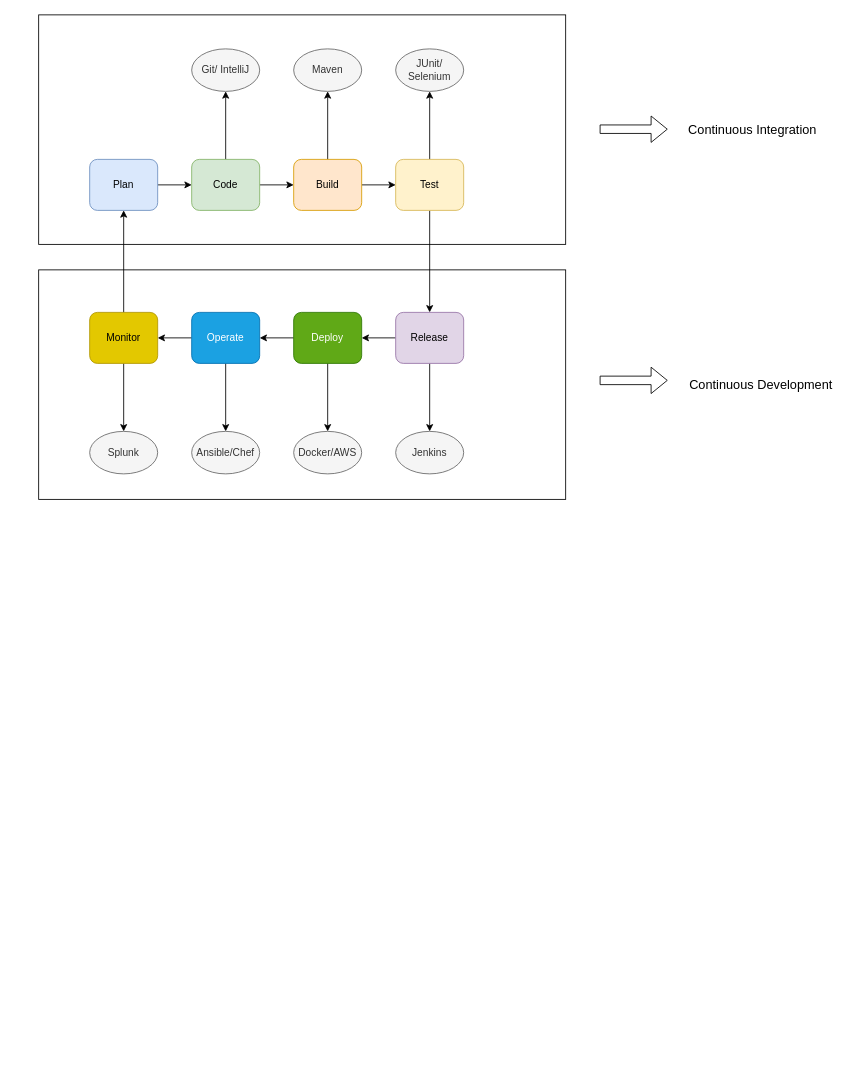
Above: Untitled Diagram.drawio in ShubhamSaini1585/Draw.io-images (draw.io), before the change. Source tidied: cells renumbered, new cells numbered last; positions are measured from the earlier drawing's top-left corner, leaving out a move shared by most shapes. Both pictures are drawn from the tidied source at 85%, with x=0, y=0 at pixel (38, 14).
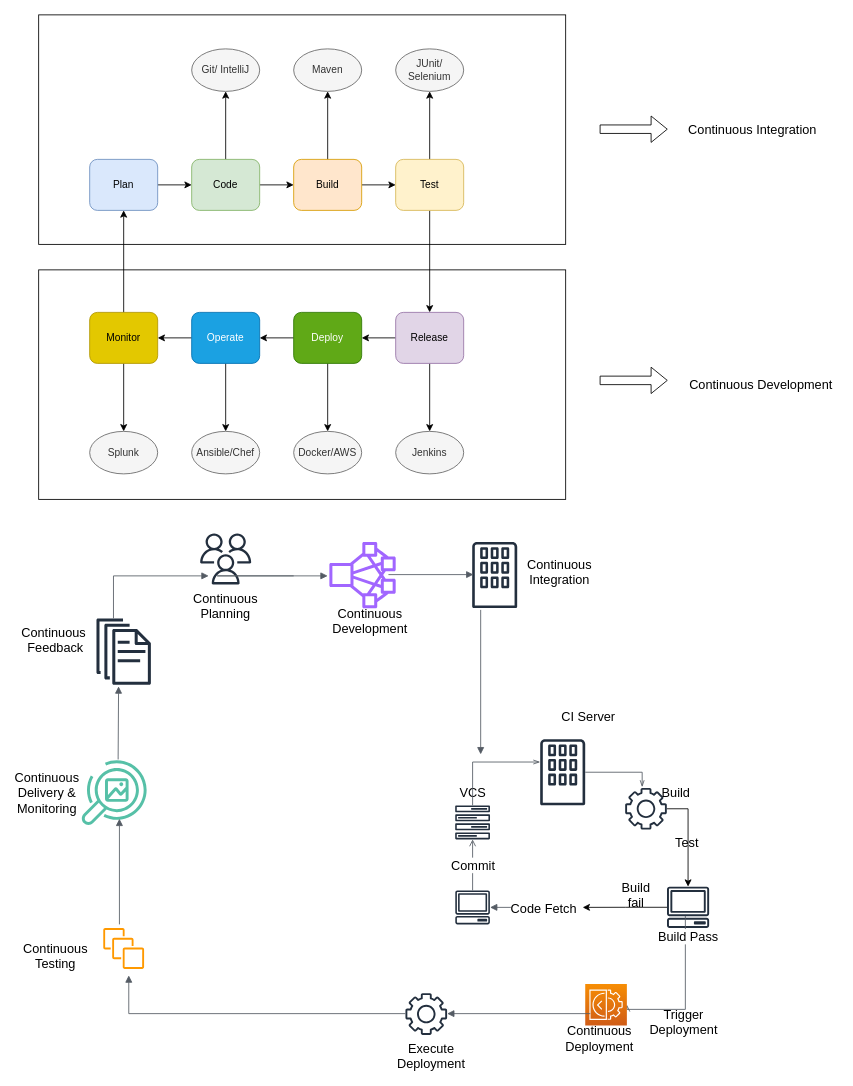
The same page after the edit.

What changed in the source:
```diff
@@
+    <mxCell id="39" style="sketch=0;outlineConnect=0;fontColor=#232F3E;gradientColor=none;fillColor=#232F3E;strokeColor=none;dashed=0;verticalLabelPosition=bottom;verticalAlign=top;align=center;html=1;fontSize=12;fontStyle=0;shape=mxgraph.aws4.client;" parent="1" vertex="1">
+      <mxGeometry x="490" y="1030" width="41" height="40" as="geometry" />
+    </mxCell>
+    <mxCell id="40" style="edgeStyle=orthogonalEdgeStyle;html=1;endArrow=none;elbow=vertical;startArrow=block;startFill=1;strokeColor=#545B64;rounded=0;fontSize=15;fontColor=#000000;" parent="1" edge="1">
+      <mxGeometry relative="1" as="geometry">
+        <mxPoint x="531" y="1049.5" as="sourcePoint" />
+        <mxPoint x="631" y="1050" as="targetPoint" />
+        <Array as="points">
+          <mxPoint x="631" y="1049.5" />
+          <mxPoint x="631" y="1049.5" />
+        </Array>
+      </mxGeometry>
+    </mxCell>
+    <mxCell id="41" value="Code Fetch" style="edgeLabel;html=1;align=center;verticalAlign=middle;fontSize=15;fontColor=#000000;" parent="40" vertex="1">
+      <mxGeometry x="0.24" relative="1" as="geometry" />
+    </mxCell>
+    <mxCell id="42" style="sketch=0;outlineConnect=0;fontColor=#232F3E;gradientColor=none;fillColor=#232F3E;strokeColor=none;dashed=0;verticalLabelPosition=bottom;verticalAlign=top;align=center;html=1;fontSize=12;fontStyle=0;shape=mxgraph.aws4.forums;" parent="1" vertex="1">
+      <mxGeometry x="490" y="930" width="41" height="40" as="geometry" />
+    </mxCell>
+    <mxCell id="43" value="Commit&lt;br&gt;" style="edgeStyle=orthogonalEdgeStyle;html=1;endArrow=none;elbow=vertical;startArrow=open;startFill=0;strokeColor=#545B64;rounded=0;fontSize=15;fontColor=#000000;" parent="1" edge="1" source="42" target="39">
+      <mxGeometry relative="1" as="geometry">
+        <Array as="points">
+          <mxPoint x="511" y="1010" />
+          <mxPoint x="511" y="1010" />
+        </Array>
+      </mxGeometry>
+    </mxCell>
+    <mxCell id="44" value="VCS" style="text;html=1;strokeColor=none;fillColor=none;align=center;verticalAlign=middle;whiteSpace=wrap;rounded=0;fontSize=15;fontColor=#000000;" parent="1" vertex="1">
+      <mxGeometry x="480.5" y="900" width="60" height="30" as="geometry" />
+    </mxCell>
+    <mxCell id="45" style="sketch=0;outlineConnect=0;fontColor=#232F3E;gradientColor=none;fillColor=#232F3E;strokeColor=none;dashed=0;verticalLabelPosition=bottom;verticalAlign=top;align=center;html=1;fontSize=12;fontStyle=0;shape=mxgraph.aws4.corporate_data_center;" parent="1" vertex="1">
+      <mxGeometry x="590" y="852" width="53" height="78" as="geometry" />
+    </mxCell>
+    <mxCell id="46" value="CI Server" style="text;html=1;strokeColor=none;fillColor=none;align=center;verticalAlign=middle;whiteSpace=wrap;rounded=0;fontSize=15;fontColor=#000000;" parent="1" vertex="1">
+      <mxGeometry x="611.5" y="810" width="70" height="30" as="geometry" />
+    </mxCell>
+    <mxCell id="47" style="edgeStyle=orthogonalEdgeStyle;html=1;endArrow=openThin;elbow=vertical;startArrow=none;endFill=0;strokeColor=#545B64;rounded=0;fontSize=15;fontColor=#000000;" parent="1" edge="1" source="42" target="45">
+      <mxGeometry relative="1" as="geometry">
+        <Array as="points">
+          <mxPoint x="511" y="879" />
+        </Array>
+      </mxGeometry>
+    </mxCell>
+    <mxCell id="48" style="edgeStyle=orthogonalEdgeStyle;rounded=0;jettySize=auto;html=1;fontSize=15;fontColor=#000000;" parent="1" edge="1" source="49" target="53">
+      <mxGeometry relative="1" as="geometry" />
+    </mxCell>
+    <mxCell id="49" style="sketch=0;outlineConnect=0;fontColor=#232F3E;gradientColor=none;fillColor=#232F3E;strokeColor=none;dashed=0;verticalLabelPosition=bottom;verticalAlign=top;align=center;html=1;fontSize=12;fontStyle=0;shape=mxgraph.aws4.gear;" parent="1" vertex="1">
+      <mxGeometry x="690" y="909.5" width="49" height="49" as="geometry" />
+    </mxCell>
+    <mxCell id="50" style="edgeStyle=orthogonalEdgeStyle;html=1;endArrow=openThin;elbow=vertical;startArrow=none;endFill=0;strokeColor=#545B64;rounded=0;fontSize=15;fontColor=#000000;entryX=0.408;entryY=-0.02;entryDx=0;entryDy=0;entryPerimeter=0;" parent="1" edge="1" source="45" target="49">
+      <mxGeometry relative="1" as="geometry" />
+    </mxCell>
+    <mxCell id="51" value="Build" style="text;html=1;strokeColor=none;fillColor=none;align=center;verticalAlign=middle;whiteSpace=wrap;rounded=0;fontSize=15;fontColor=#000000;" parent="1" vertex="1">
+      <mxGeometry x="720" y="900" width="60" height="30" as="geometry" />
+    </mxCell>
+    <mxCell id="52" style="edgeStyle=orthogonalEdgeStyle;rounded=0;jettySize=auto;html=1;fontSize=15;fontColor=#000000;" parent="1" edge="1" source="53">
+      <mxGeometry relative="1" as="geometry">
+        <mxPoint x="640" y="1050" as="targetPoint" />
+      </mxGeometry>
+    </mxCell>
+    <mxCell id="53" style="sketch=0;outlineConnect=0;fontColor=#232F3E;gradientColor=none;fillColor=#232F3E;strokeColor=none;dashed=0;verticalLabelPosition=bottom;verticalAlign=top;align=center;html=1;fontSize=12;fontStyle=0;shape=mxgraph.aws4.client;" parent="1" vertex="1">
+      <mxGeometry x="739" y="1025.6" width="50" height="48.7" as="geometry" />
+    </mxCell>
+    <mxCell id="54" value="Build&lt;br&gt;fail" style="text;html=1;strokeColor=none;fillColor=none;align=center;verticalAlign=middle;whiteSpace=wrap;rounded=0;fontSize=15;fontColor=#000000;" parent="1" vertex="1">
+      <mxGeometry x="673" y="1020" width="60" height="30" as="geometry" />
+    </mxCell>
+    <mxCell id="55" style="edgeStyle=orthogonalEdgeStyle;html=1;endArrow=open;elbow=vertical;startArrow=none;endFill=0;strokeColor=#545B64;rounded=0;fontSize=15;fontColor=#000000;entryX=1;entryY=0.5;entryDx=0;entryDy=0;entryPerimeter=0;" parent="1" edge="1" target="58">
+      <mxGeometry relative="1" as="geometry">
+        <mxPoint x="760.8" y="1060" as="sourcePoint" />
+        <Array as="points">
+          <mxPoint x="761" y="1170" />
+          <mxPoint x="692" y="1170" />
+        </Array>
+      </mxGeometry>
+    </mxCell>
+    <mxCell id="56" value="Build Pass" style="edgeLabel;html=1;align=center;verticalAlign=middle;fontSize=15;fontColor=#000000;" parent="55" vertex="1">
+      <mxGeometry x="-0.28" relative="1" as="geometry">
+        <mxPoint x="3" y="-43" as="offset" />
+      </mxGeometry>
+    </mxCell>
+    <mxCell id="57" value="Test" style="text;html=1;strokeColor=none;fillColor=none;align=center;verticalAlign=middle;whiteSpace=wrap;rounded=0;fontSize=15;fontColor=#000000;" parent="1" vertex="1">
+      <mxGeometry x="733" y="958.5" width="60" height="30" as="geometry" />
+    </mxCell>
+    <mxCell id="58" style="sketch=0;points=[[0,0,0],[0.25,0,0],[0.5,0,0],[0.75,0,0],[1,0,0],[0,1,0],[0.25,1,0],[0.5,1,0],[0.75,1,0],[1,1,0],[0,0.25,0],[0,0.5,0],[0,0.75,0],[1,0.25,0],[1,0.5,0],[1,0.75,0]];outlineConnect=0;fontColor=#232F3E;gradientColor=#F78E04;gradientDirection=north;fillColor=#D05C17;strokeColor=#ffffff;dashed=0;verticalLabelPosition=bottom;verticalAlign=top;align=center;html=1;fontSize=12;fontStyle=0;shape=mxgraph.aws4.resourceIcon;resIcon=mxgraph.aws4.ec2_image_builder;" parent="1" vertex="1">
+      <mxGeometry x="643" y="1140" width="49" height="49" as="geometry" />
+    </mxCell>
+    <mxCell id="59" value="Trigger&lt;br&gt;Deployment" style="text;html=1;strokeColor=none;fillColor=none;align=center;verticalAlign=middle;whiteSpace=wrap;rounded=0;fontSize=15;fontColor=#000000;" parent="1" vertex="1">
+      <mxGeometry x="729" y="1170" width="60" height="30" as="geometry" />
+    </mxCell>
+    <mxCell id="60" value="Continuous Deployment" style="text;html=1;strokeColor=none;fillColor=none;align=center;verticalAlign=middle;whiteSpace=wrap;rounded=0;fontSize=15;fontColor=#000000;" parent="1" vertex="1">
+      <mxGeometry x="630" y="1189" width="60" height="30" as="geometry" />
+    </mxCell>
+    <mxCell id="61" style="sketch=0;outlineConnect=0;fontColor=#232F3E;gradientColor=none;fillColor=#232F3E;strokeColor=none;dashed=0;verticalLabelPosition=bottom;verticalAlign=top;align=center;html=1;fontSize=12;fontStyle=0;shape=mxgraph.aws4.gear;" parent="1" vertex="1">
+      <mxGeometry x="431.5" y="1151" width="49" height="49" as="geometry" />
+    </mxCell>
+    <mxCell id="62" style="edgeStyle=orthogonalEdgeStyle;html=1;endArrow=none;elbow=vertical;startArrow=block;startFill=1;strokeColor=#545B64;rounded=0;fontSize=15;fontColor=#000000;" parent="1" edge="1" source="61">
+      <mxGeometry relative="1" as="geometry">
+        <mxPoint x="649" y="1175" as="targetPoint" />
+      </mxGeometry>
+    </mxCell>
+    <mxCell id="63" value="Execute&lt;br&gt;Deployment" style="text;html=1;strokeColor=none;fillColor=none;align=center;verticalAlign=middle;whiteSpace=wrap;rounded=0;fontSize=15;fontColor=#000000;" parent="1" vertex="1">
+      <mxGeometry x="431.5" y="1210" width="60" height="30" as="geometry" />
+    </mxCell>
+    <mxCell id="64" style="sketch=0;outlineConnect=0;fontColor=#232F3E;gradientColor=none;fillColor=#FF9900;strokeColor=none;dashed=0;verticalLabelPosition=bottom;verticalAlign=top;align=center;html=1;fontSize=12;fontStyle=0;shape=mxgraph.aws4.instances;" parent="1" vertex="1">
+      <mxGeometry x="76" y="1074.4" width="48" height="48" as="geometry" />
+    </mxCell>
+    <mxCell id="65" style="edgeStyle=orthogonalEdgeStyle;html=1;endArrow=none;elbow=vertical;startArrow=block;startFill=1;strokeColor=#545B64;rounded=0;fontSize=15;fontColor=#000000;exitX=0.625;exitY=1.159;exitDx=0;exitDy=0;exitPerimeter=0;" parent="1" edge="1" source="64">
+      <mxGeometry relative="1" as="geometry">
+        <mxPoint x="431.5" y="1175" as="targetPoint" />
+        <Array as="points">
+          <mxPoint x="106" y="1175" />
+        </Array>
+      </mxGeometry>
+    </mxCell>
+    <mxCell id="66" value="Continuous&lt;br&gt;Testing" style="text;html=1;strokeColor=none;fillColor=none;align=center;verticalAlign=middle;whiteSpace=wrap;rounded=0;fontSize=15;fontColor=#000000;" parent="1" vertex="1">
+      <mxGeometry x="-10" y="1092.4" width="60" height="30" as="geometry" />
+    </mxCell>
+    <mxCell id="67" style="sketch=0;fontColor=#232F3E;gradientColor=none;fillColor=#56C0A7;strokeColor=none;dashed=0;verticalLabelPosition=bottom;verticalAlign=top;align=center;html=1;fontSize=12;fontStyle=0;shape=mxgraph.aws4.rekognition_image;" parent="1" vertex="1">
+      <mxGeometry x="50" y="876" width="77" height="78" as="geometry" />
+    </mxCell>
+    <mxCell id="68" style="edgeStyle=orthogonalEdgeStyle;html=1;endArrow=block;elbow=vertical;startArrow=none;endFill=1;strokeColor=#545B64;rounded=0;fontSize=15;fontColor=#000000;" parent="1" edge="1">
+      <mxGeometry relative="1" as="geometry">
+        <mxPoint x="95" y="1070" as="sourcePoint" />
+        <mxPoint x="95" y="945.7" as="targetPoint" />
+        <Array as="points">
+          <mxPoint x="95" y="1066" />
+        </Array>
+      </mxGeometry>
+    </mxCell>
+    <mxCell id="69" value="Continuous&lt;br&gt;Delivery &amp;amp; Monitoring" style="text;html=1;strokeColor=none;fillColor=none;align=center;verticalAlign=middle;whiteSpace=wrap;rounded=0;fontSize=15;fontColor=#000000;" parent="1" vertex="1">
+      <mxGeometry x="-20" y="900" width="60" height="30" as="geometry" />
+    </mxCell>
+    <mxCell id="70" style="sketch=0;fontColor=#232F3E;gradientColor=none;fillColor=#232F3E;strokeColor=none;dashed=0;verticalLabelPosition=bottom;verticalAlign=top;align=center;html=1;fontSize=12;fontStyle=0;shape=mxgraph.aws4.documents;" parent="1" vertex="1">
+      <mxGeometry x="68" y="710" width="64" height="78" as="geometry" />
+    </mxCell>
+    <mxCell id="71" value="Continuous&amp;nbsp;&lt;br&gt;Feedback" style="text;html=1;strokeColor=none;fillColor=none;align=center;verticalAlign=middle;whiteSpace=wrap;rounded=0;fontSize=15;fontColor=#000000;" parent="1" vertex="1">
+      <mxGeometry x="-10" y="720" width="60" height="30" as="geometry" />
+    </mxCell>
+    <mxCell id="72" style="sketch=0;fontColor=#232F3E;gradientColor=none;fillColor=#232F3E;strokeColor=none;dashed=0;verticalLabelPosition=bottom;verticalAlign=top;align=center;html=1;fontSize=12;fontStyle=0;shape=mxgraph.aws4.users;" parent="1" vertex="1">
+      <mxGeometry x="190" y="610" width="60" height="60" as="geometry" />
+    </mxCell>
+    <mxCell id="73" value="Continuous&lt;br&gt;Planning" style="text;html=1;strokeColor=none;fillColor=none;align=center;verticalAlign=middle;whiteSpace=wrap;rounded=0;fontSize=15;fontColor=#000000;" parent="1" vertex="1">
+      <mxGeometry x="190" y="680" width="60" height="30" as="geometry" />
+    </mxCell>
+    <mxCell id="74" style="edgeStyle=orthogonalEdgeStyle;html=1;endArrow=block;elbow=vertical;startArrow=none;endFill=1;strokeColor=#545B64;rounded=0;fontSize=15;fontColor=#000000;" parent="1" edge="1">
+      <mxGeometry relative="1" as="geometry">
+        <mxPoint x="93.5" y="876" as="sourcePoint" />
+        <mxPoint x="94" y="790" as="targetPoint" />
+        <Array as="points">
+          <mxPoint x="93.5" y="872" />
+        </Array>
+      </mxGeometry>
+    </mxCell>
+    <mxCell id="75" style="edgeStyle=orthogonalEdgeStyle;html=1;endArrow=block;elbow=vertical;startArrow=none;endFill=1;strokeColor=#545B64;rounded=0;fontSize=15;fontColor=#000000;" parent="1" edge="1">
+      <mxGeometry relative="1" as="geometry">
+        <mxPoint x="88" y="710" as="sourcePoint" />
+        <mxPoint x="200" y="660" as="targetPoint" />
+        <Array as="points">
+          <mxPoint x="88" y="660" />
+          <mxPoint x="190" y="660" />
+        </Array>
+      </mxGeometry>
+    </mxCell>
+    <mxCell id="76" style="sketch=0;fontColor=#232F3E;gradientColor=none;fillColor=#A166FF;strokeColor=none;dashed=0;verticalLabelPosition=bottom;verticalAlign=top;align=center;html=1;fontSize=12;fontStyle=0;shape=mxgraph.aws4.cluster;" parent="1" vertex="1">
+      <mxGeometry x="342" y="620" width="78" height="78" as="geometry" />
+    </mxCell>
+    <mxCell id="77" style="edgeStyle=orthogonalEdgeStyle;html=1;endArrow=block;elbow=vertical;startArrow=none;endFill=1;strokeColor=#545B64;rounded=0;fontSize=15;fontColor=#000000;" parent="1" edge="1">
+      <mxGeometry relative="1" as="geometry">
+        <mxPoint x="300" y="660" as="sourcePoint" />
+        <mxPoint x="340" y="660" as="targetPoint" />
+        <Array as="points">
+          <mxPoint x="210" y="660" />
+          <mxPoint x="210" y="660" />
+        </Array>
+      </mxGeometry>
+    </mxCell>
+    <mxCell id="78" value="Continuous&lt;br&gt;Development" style="text;html=1;strokeColor=none;fillColor=none;align=center;verticalAlign=middle;whiteSpace=wrap;rounded=0;fontSize=15;fontColor=#000000;" parent="1" vertex="1">
+      <mxGeometry x="360" y="698" width="60" height="30" as="geometry" />
+    </mxCell>
+    <mxCell id="79" style="sketch=0;fontColor=#232F3E;gradientColor=none;fillColor=#232F3E;strokeColor=none;dashed=0;verticalLabelPosition=bottom;verticalAlign=top;align=center;html=1;fontSize=12;fontStyle=0;shape=mxgraph.aws4.corporate_data_center;" parent="1" vertex="1">
+      <mxGeometry x="510" y="620" width="53" height="78" as="geometry" />
+    </mxCell>
+    <mxCell id="80" style="edgeStyle=orthogonalEdgeStyle;html=1;endArrow=block;elbow=vertical;startArrow=none;endFill=1;strokeColor=#545B64;rounded=0;fontSize=15;fontColor=#000000;" parent="1" edge="1">
+      <mxGeometry relative="1" as="geometry">
+        <mxPoint x="411.5" y="658.5" as="sourcePoint" />
+        <mxPoint x="511.5" y="658.5" as="targetPoint" />
+      </mxGeometry>
+    </mxCell>
+    <mxCell id="81" value="Continuous&lt;br&gt;Integration" style="text;html=1;strokeColor=none;fillColor=none;align=center;verticalAlign=middle;whiteSpace=wrap;rounded=0;fontSize=15;fontColor=#000000;" parent="1" vertex="1">
+      <mxGeometry x="583" y="640" width="60" height="30" as="geometry" />
+    </mxCell>
+    <mxCell id="82" style="edgeStyle=orthogonalEdgeStyle;html=1;endArrow=block;elbow=vertical;startArrow=none;endFill=1;strokeColor=#545B64;rounded=0;fontSize=15;fontColor=#000000;" parent="1" edge="1">
+      <mxGeometry relative="1" as="geometry">
+        <mxPoint x="520" y="700" as="sourcePoint" />
+        <mxPoint x="520" y="870" as="targetPoint" />
+      </mxGeometry>
+    </mxCell>
```
